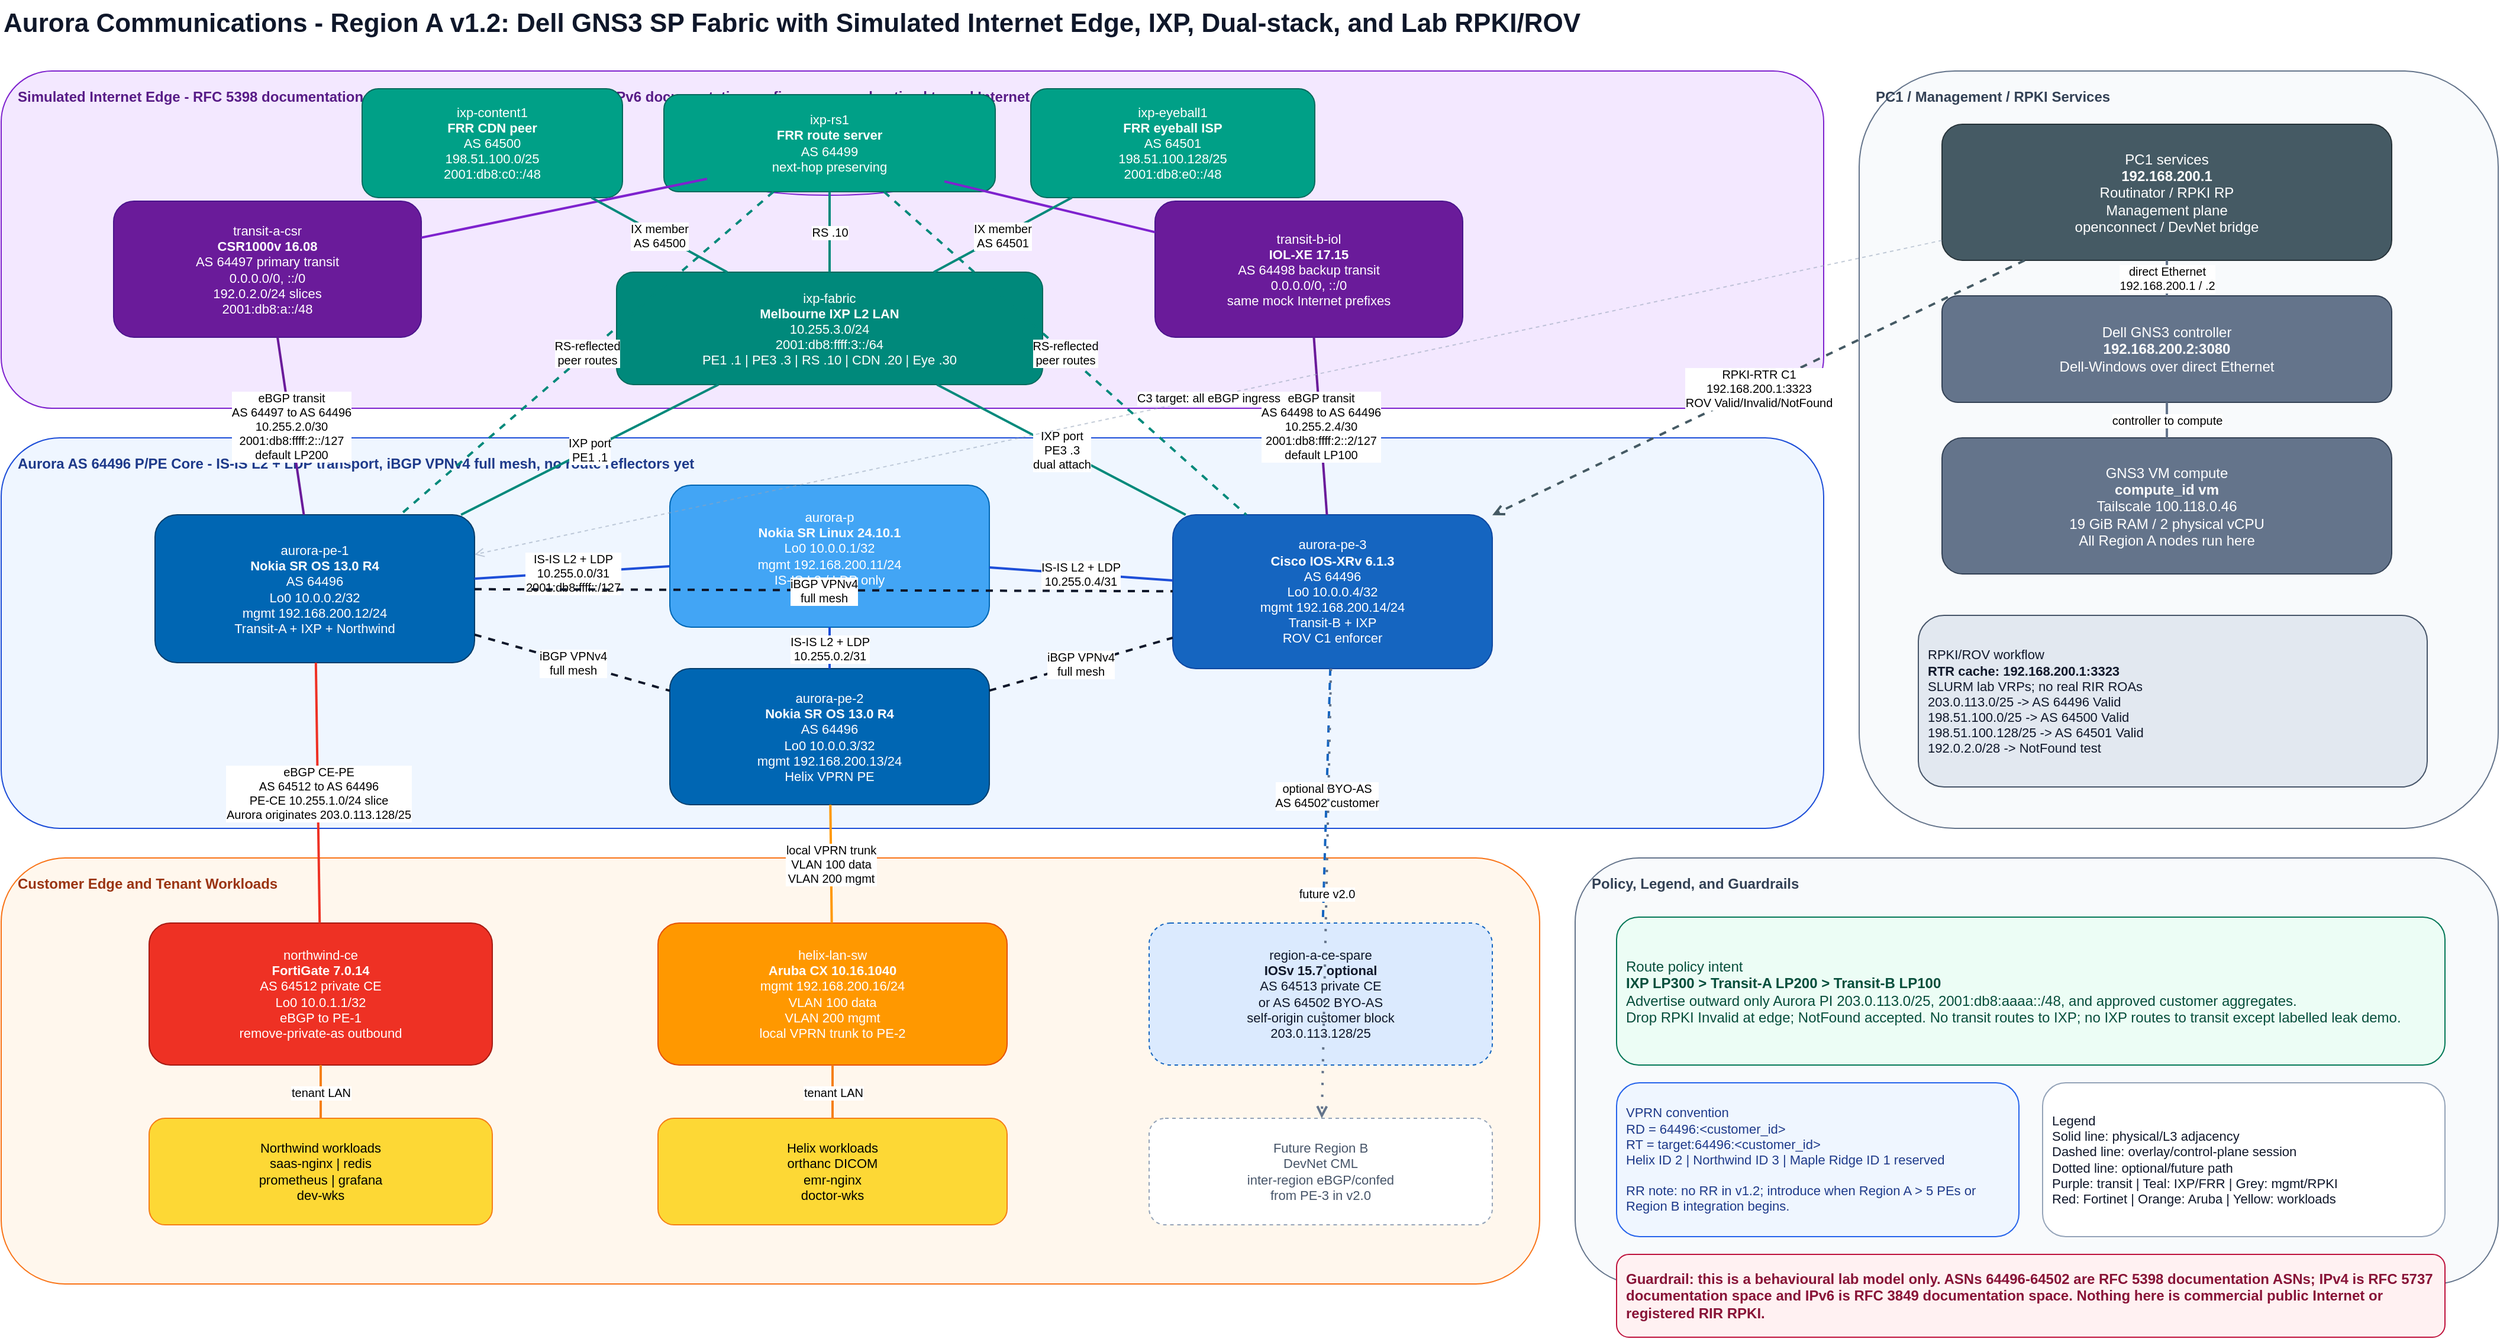
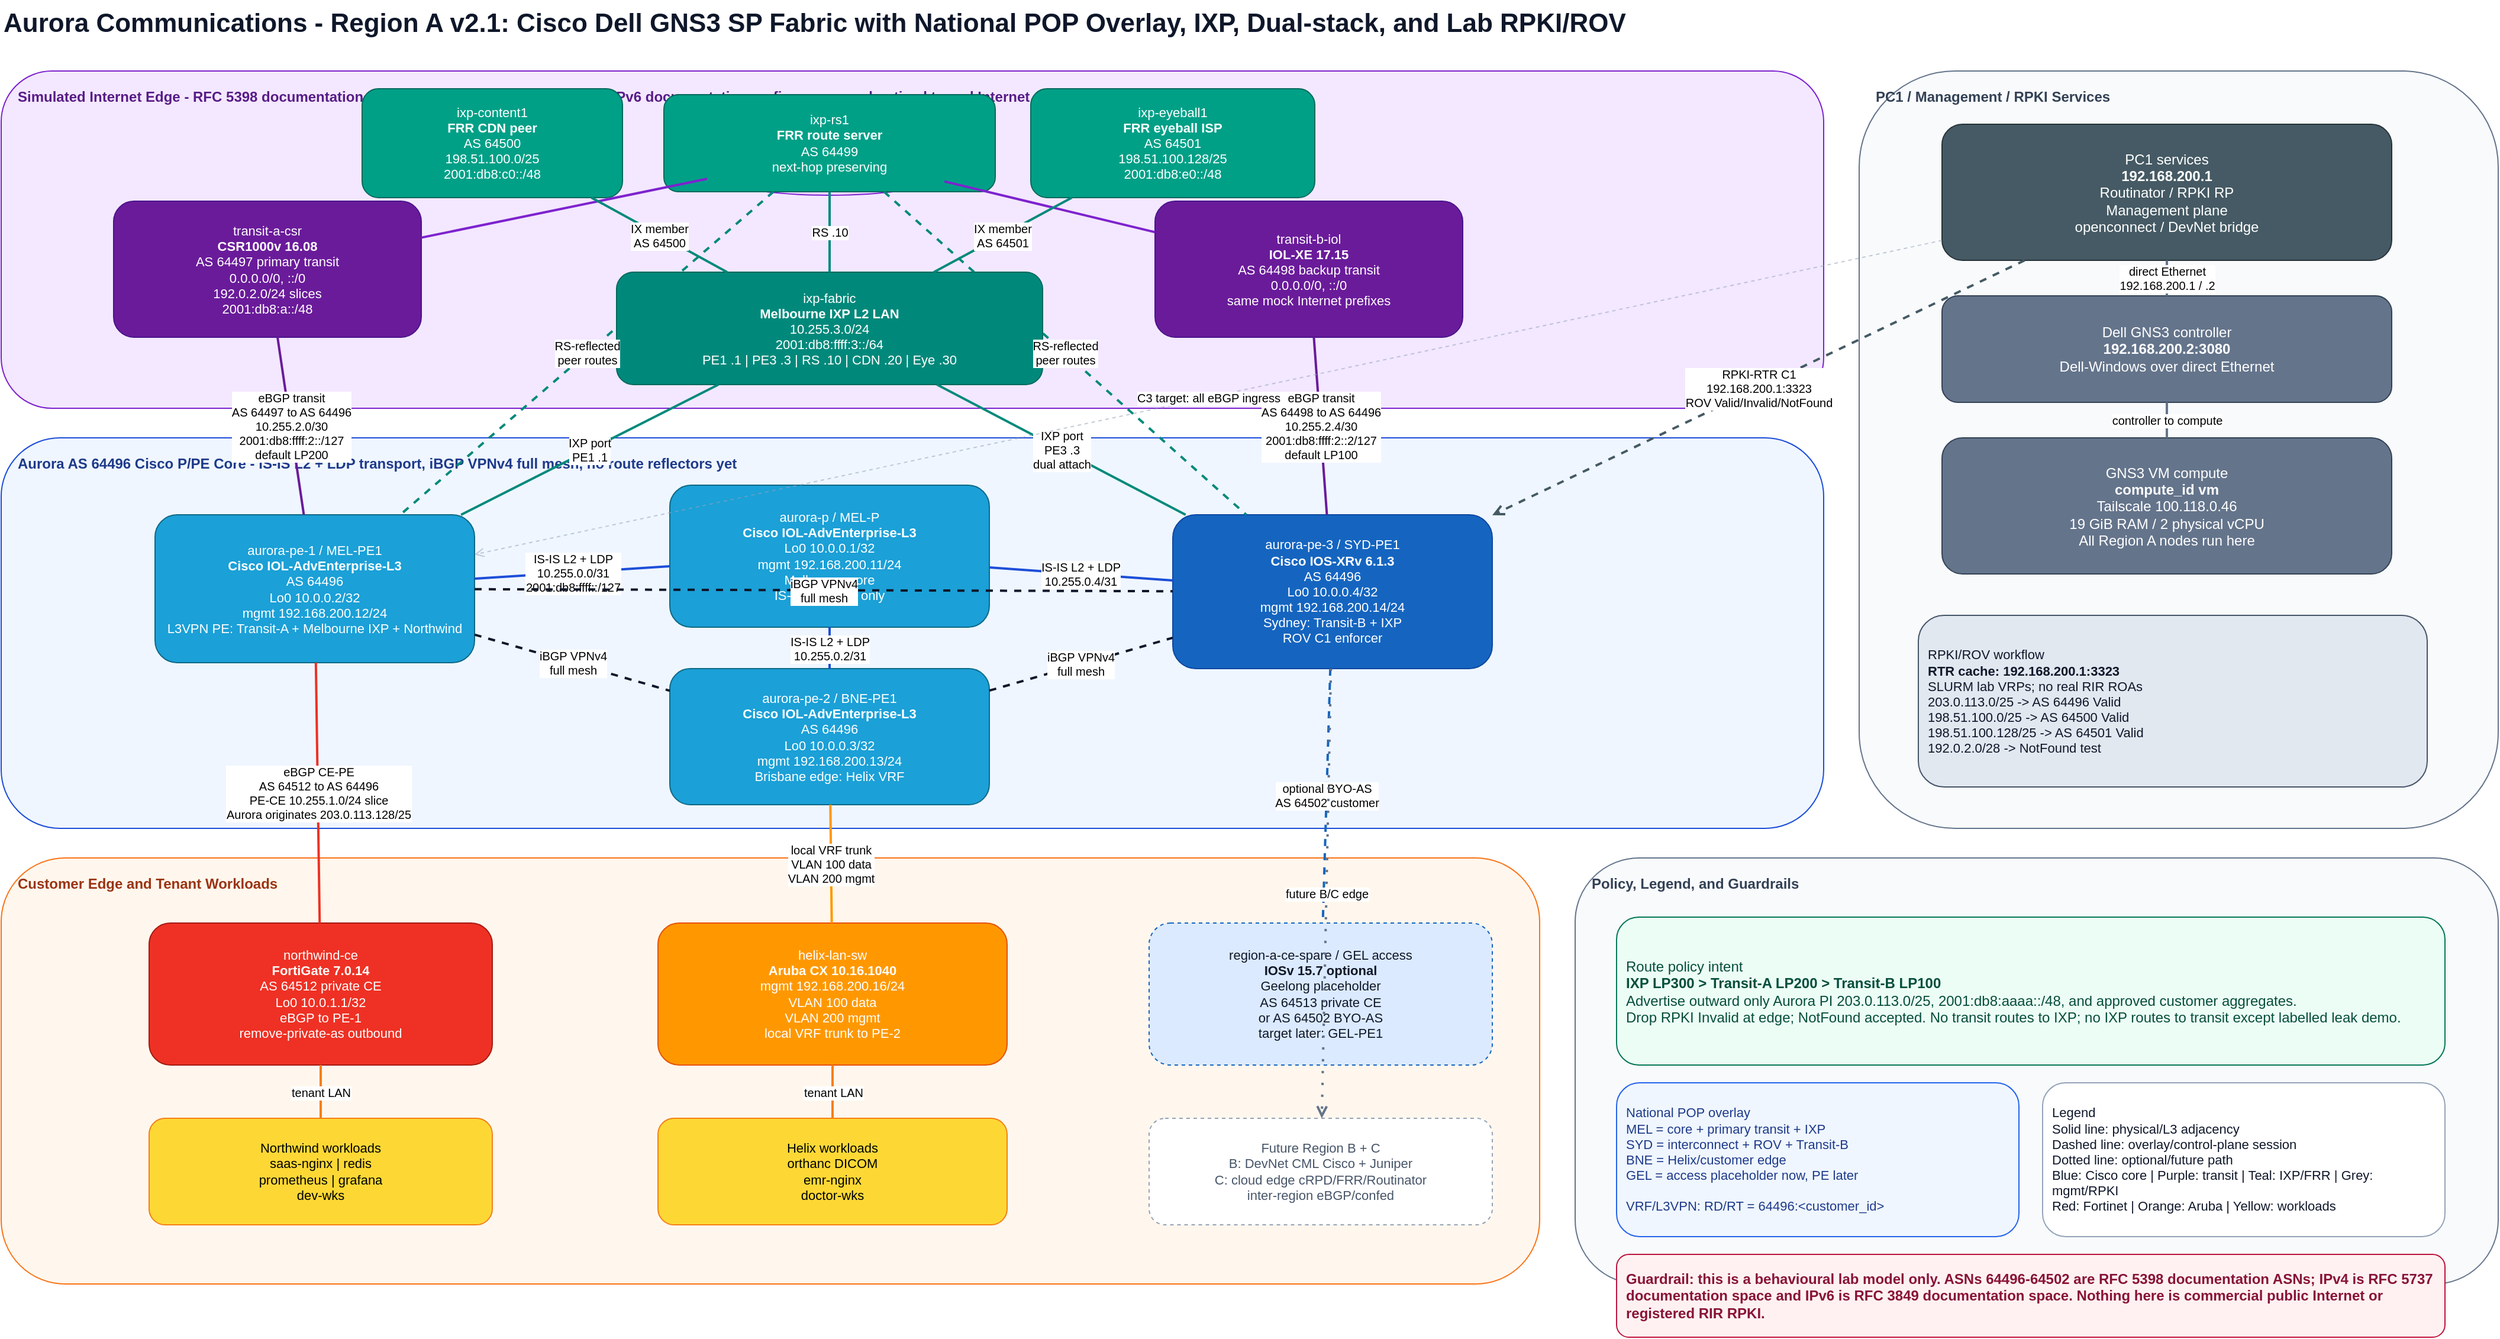
<mxfile host="app.diagrams.net" modified="2026-06-10T00:00:00.000Z" agent="Codex" version="24.7.17" type="device">
-   <diagram id="region-a-v12" name="Region A v1.2">
+   <diagram id="region-a-v21" name="Region A v2.1">
    <mxGraphModel dx="2200" dy="1300" grid="1" gridSize="10" guides="1" tooltips="1" connect="1" arrows="1" fold="1" page="1" pageScale="1" pageWidth="2200" pageHeight="1280" math="0" shadow="0">
      <root>
        <mxCell id="0" />
        <mxCell id="1" parent="0" />
-         <mxCell id="title" value="Aurora Communications - Region A v1.2: Dell GNS3 SP Fabric with Simulated Internet Edge, IXP, Dual-stack, and Lab RPKI/ROV" style="text;html=1;strokeColor=none;fillColor=none;align=left;verticalAlign=middle;whiteSpace=wrap;rounded=0;fontSize=22;fontStyle=1;fontColor=#0f172a;" vertex="1" parent="1">
+         <mxCell id="title" value="Aurora Communications - Region A v2.1: Cisco Dell GNS3 SP Fabric with National POP Overlay, IXP, Dual-stack, and Lab RPKI/ROV" style="text;html=1;strokeColor=none;fillColor=none;align=left;verticalAlign=middle;whiteSpace=wrap;rounded=0;fontSize=22;fontStyle=1;fontColor=#0f172a;" vertex="1" parent="1">
          <mxGeometry x="40" y="20" width="2100" height="40" as="geometry" />
        </mxCell>
        <mxCell id="inet-bg" value="Simulated Internet Edge - RFC 5398 documentation ASNs, RFC 5737 IPv4 and RFC 3849 IPv6 documentation prefixes; never advertised to real Internet" style="rounded=1;whiteSpace=wrap;html=1;fillColor=#f3e8ff;strokeColor=#7e22ce;fontColor=#581c87;fontStyle=1;align=left;verticalAlign=top;spacingTop=8;spacingLeft=12;" vertex="1" parent="1">
          <mxGeometry x="40" y="80" width="1540" height="285" as="geometry" />
        </mxCell>
-         <mxCell id="core-bg" value="Aurora AS 64496 P/PE Core - IS-IS L2 + LDP transport, iBGP VPNv4 full mesh, no route reflectors yet" style="rounded=1;whiteSpace=wrap;html=1;fillColor=#eff6ff;strokeColor=#1d4ed8;fontColor=#1e3a8a;fontStyle=1;align=left;verticalAlign=top;spacingTop=8;spacingLeft=12;" vertex="1" parent="1">
+         <mxCell id="core-bg" value="Aurora AS 64496 Cisco P/PE Core - IS-IS L2 + LDP transport, iBGP VPNv4 full mesh, no route reflectors yet" style="rounded=1;whiteSpace=wrap;html=1;fillColor=#eff6ff;strokeColor=#1d4ed8;fontColor=#1e3a8a;fontStyle=1;align=left;verticalAlign=top;spacingTop=8;spacingLeft=12;" vertex="1" parent="1">
          <mxGeometry x="40" y="390" width="1540" height="330" as="geometry" />
        </mxCell>
        <mxCell id="cust-bg" value="Customer Edge and Tenant Workloads" style="rounded=1;whiteSpace=wrap;html=1;fillColor=#fff7ed;strokeColor=#f97316;fontColor=#9a3412;fontStyle=1;align=left;verticalAlign=top;spacingTop=8;spacingLeft=12;" vertex="1" parent="1">
          <mxGeometry x="40" y="745" width="1300" height="360" as="geometry" />
        </mxCell>
        <mxCell id="mgmt-bg" value="PC1 / Management / RPKI Services" style="rounded=1;whiteSpace=wrap;html=1;fillColor=#f8fafc;strokeColor=#64748b;fontColor=#334155;fontStyle=1;align=left;verticalAlign=top;spacingTop=8;spacingLeft=12;" vertex="1" parent="1">
          <mxGeometry x="1610" y="80" width="540" height="640" as="geometry" />
        </mxCell>
        <mxCell id="notes-bg" value="Policy, Legend, and Guardrails" style="rounded=1;whiteSpace=wrap;html=1;fillColor=#f8fafc;strokeColor=#64748b;fontColor=#334155;fontStyle=1;align=left;verticalAlign=top;spacingTop=8;spacingLeft=12;" vertex="1" parent="1">
          <mxGeometry x="1370" y="745" width="780" height="360" as="geometry" />
        </mxCell>

        <mxCell id="sim-internet" value="Simulated Internet&lt;br&gt;&lt;font style=&quot;font-size: 10px;&quot;&gt;default + mock Internet prefixes&lt;/font&gt;" style="ellipse;whiteSpace=wrap;html=1;fillColor=#e9d5ff;strokeColor=#7e22ce;fontColor=#3b0764;fontStyle=1;" vertex="1" parent="1">
          <mxGeometry x="610" y="115" width="260" height="70" as="geometry" />
        </mxCell>
        <mxCell id="transit-a" value="transit-a-csr&lt;br&gt;&lt;b&gt;CSR1000v 16.08&lt;/b&gt;&lt;br&gt;AS 64497 primary transit&lt;br&gt;0.0.0.0/0, ::/0&lt;br&gt;192.0.2.0/24 slices&lt;br&gt;2001:db8:a::/48" style="rounded=1;whiteSpace=wrap;html=1;fillColor=#6a1b9a;strokeColor=#4a148c;fontColor=#ffffff;fontSize=11;spacing=4;" vertex="1" parent="1">
          <mxGeometry x="135" y="190" width="260" height="115" as="geometry" />
        </mxCell>
        <mxCell id="transit-b" value="transit-b-iol&lt;br&gt;&lt;b&gt;IOL-XE 17.15&lt;/b&gt;&lt;br&gt;AS 64498 backup transit&lt;br&gt;0.0.0.0/0, ::/0&lt;br&gt;same mock Internet prefixes" style="rounded=1;whiteSpace=wrap;html=1;fillColor=#6a1b9a;strokeColor=#4a148c;fontColor=#ffffff;fontSize=11;spacing=4;" vertex="1" parent="1">
          <mxGeometry x="1015" y="190" width="260" height="115" as="geometry" />
        </mxCell>
        <mxCell id="ixp-fabric" value="ixp-fabric&lt;br&gt;&lt;b&gt;Melbourne IXP L2 LAN&lt;/b&gt;&lt;br&gt;10.255.3.0/24&lt;br&gt;2001:db8:ffff:3::/64&lt;br&gt;PE1 .1 | PE3 .3 | RS .10 | CDN .20 | Eye .30" style="rounded=1;whiteSpace=wrap;html=1;fillColor=#00897b;strokeColor=#00695c;fontColor=#ffffff;fontSize=11;spacing=4;" vertex="1" parent="1">
          <mxGeometry x="560" y="250" width="360" height="95" as="geometry" />
        </mxCell>
        <mxCell id="ixp-rs" value="ixp-rs1&lt;br&gt;&lt;b&gt;FRR route server&lt;/b&gt;&lt;br&gt;AS 64499&lt;br&gt;next-hop preserving" style="rounded=1;whiteSpace=wrap;html=1;fillColor=#00a087;strokeColor=#00695c;fontColor=#ffffff;fontSize=11;spacing=4;" vertex="1" parent="1">
          <mxGeometry x="600" y="100" width="280" height="82" as="geometry" />
        </mxCell>
        <mxCell id="ixp-content" value="ixp-content1&lt;br&gt;&lt;b&gt;FRR CDN peer&lt;/b&gt;&lt;br&gt;AS 64500&lt;br&gt;198.51.100.0/25&lt;br&gt;2001:db8:c0::/48" style="rounded=1;whiteSpace=wrap;html=1;fillColor=#00a087;strokeColor=#00695c;fontColor=#ffffff;fontSize=11;spacing=4;" vertex="1" parent="1">
          <mxGeometry x="345" y="95" width="220" height="92" as="geometry" />
        </mxCell>
        <mxCell id="ixp-eyeball" value="ixp-eyeball1&lt;br&gt;&lt;b&gt;FRR eyeball ISP&lt;/b&gt;&lt;br&gt;AS 64501&lt;br&gt;198.51.100.128/25&lt;br&gt;2001:db8:e0::/48" style="rounded=1;whiteSpace=wrap;html=1;fillColor=#00a087;strokeColor=#00695c;fontColor=#ffffff;fontSize=11;spacing=4;" vertex="1" parent="1">
          <mxGeometry x="910" y="95" width="240" height="92" as="geometry" />
        </mxCell>

-         <mxCell id="pe1" value="aurora-pe-1&lt;br&gt;&lt;b&gt;Nokia SR OS 13.0 R4&lt;/b&gt;&lt;br&gt;AS 64496&lt;br&gt;Lo0 10.0.0.2/32&lt;br&gt;mgmt 192.168.200.12/24&lt;br&gt;Transit-A + IXP + Northwind" style="rounded=1;whiteSpace=wrap;html=1;fillColor=#0066b3;strokeColor=#003d6b;fontColor=#ffffff;fontSize=11;spacing=4;" vertex="1" parent="1">
+         <mxCell id="pe1" value="aurora-pe-1 / MEL-PE1&lt;br&gt;&lt;b&gt;Cisco IOL-AdvEnterprise-L3&lt;/b&gt;&lt;br&gt;AS 64496&lt;br&gt;Lo0 10.0.0.2/32&lt;br&gt;mgmt 192.168.200.12/24&lt;br&gt;L3VPN PE: Transit-A + Melbourne IXP + Northwind" style="rounded=1;whiteSpace=wrap;html=1;fillColor=#1ba0d7;strokeColor=#0d6986;fontColor=#ffffff;fontSize=11;spacing=4;" vertex="1" parent="1">
          <mxGeometry x="170" y="455" width="270" height="125" as="geometry" />
        </mxCell>
-         <mxCell id="pe2" value="aurora-pe-2&lt;br&gt;&lt;b&gt;Nokia SR OS 13.0 R4&lt;/b&gt;&lt;br&gt;AS 64496&lt;br&gt;Lo0 10.0.0.3/32&lt;br&gt;mgmt 192.168.200.13/24&lt;br&gt;Helix VPRN PE" style="rounded=1;whiteSpace=wrap;html=1;fillColor=#0066b3;strokeColor=#003d6b;fontColor=#ffffff;fontSize=11;spacing=4;" vertex="1" parent="1">
+         <mxCell id="pe2" value="aurora-pe-2 / BNE-PE1&lt;br&gt;&lt;b&gt;Cisco IOL-AdvEnterprise-L3&lt;/b&gt;&lt;br&gt;AS 64496&lt;br&gt;Lo0 10.0.0.3/32&lt;br&gt;mgmt 192.168.200.13/24&lt;br&gt;Brisbane edge: Helix VRF" style="rounded=1;whiteSpace=wrap;html=1;fillColor=#1ba0d7;strokeColor=#0d6986;fontColor=#ffffff;fontSize=11;spacing=4;" vertex="1" parent="1">
          <mxGeometry x="605" y="585" width="270" height="115" as="geometry" />
        </mxCell>
-         <mxCell id="pe3" value="aurora-pe-3&lt;br&gt;&lt;b&gt;Cisco IOS-XRv 6.1.3&lt;/b&gt;&lt;br&gt;AS 64496&lt;br&gt;Lo0 10.0.0.4/32&lt;br&gt;mgmt 192.168.200.14/24&lt;br&gt;Transit-B + IXP&lt;br&gt;ROV C1 enforcer" style="rounded=1;whiteSpace=wrap;html=1;fillColor=#1565c0;strokeColor=#0d47a1;fontColor=#ffffff;fontSize=11;spacing=4;" vertex="1" parent="1">
+         <mxCell id="pe3" value="aurora-pe-3 / SYD-PE1&lt;br&gt;&lt;b&gt;Cisco IOS-XRv 6.1.3&lt;/b&gt;&lt;br&gt;AS 64496&lt;br&gt;Lo0 10.0.0.4/32&lt;br&gt;mgmt 192.168.200.14/24&lt;br&gt;Sydney: Transit-B + IXP&lt;br&gt;ROV C1 enforcer" style="rounded=1;whiteSpace=wrap;html=1;fillColor=#1565c0;strokeColor=#0d47a1;fontColor=#ffffff;fontSize=11;spacing=4;" vertex="1" parent="1">
          <mxGeometry x="1030" y="455" width="270" height="130" as="geometry" />
        </mxCell>
-         <mxCell id="aurora-p" value="aurora-p&lt;br&gt;&lt;b&gt;Nokia SR Linux 24.10.1&lt;/b&gt;&lt;br&gt;Lo0 10.0.0.1/32&lt;br&gt;mgmt 192.168.200.11/24&lt;br&gt;IS-IS L2 / LDP only&lt;br&gt;No BGP" style="rounded=1;whiteSpace=wrap;html=1;fillColor=#42a5f5;strokeColor=#0066b3;fontColor=#ffffff;fontSize=11;spacing=4;" vertex="1" parent="1">
+         <mxCell id="aurora-p" value="aurora-p / MEL-P&lt;br&gt;&lt;b&gt;Cisco IOL-AdvEnterprise-L3&lt;/b&gt;&lt;br&gt;Lo0 10.0.0.1/32&lt;br&gt;mgmt 192.168.200.11/24&lt;br&gt;Melbourne core&lt;br&gt;IS-IS L2 / LDP only" style="rounded=1;whiteSpace=wrap;html=1;fillColor=#1ba0d7;strokeColor=#0d6986;fontColor=#ffffff;fontSize=11;spacing=4;" vertex="1" parent="1">
          <mxGeometry x="605" y="430" width="270" height="120" as="geometry" />
        </mxCell>

        <mxCell id="northwind-ce" value="northwind-ce&lt;br&gt;&lt;b&gt;FortiGate 7.0.14&lt;/b&gt;&lt;br&gt;AS 64512 private CE&lt;br&gt;Lo0 10.0.1.1/32&lt;br&gt;eBGP to PE-1&lt;br&gt;remove-private-as outbound" style="rounded=1;whiteSpace=wrap;html=1;fillColor=#ee3124;strokeColor=#a61b13;fontColor=#ffffff;fontSize=11;spacing=4;" vertex="1" parent="1">
          <mxGeometry x="165" y="800" width="290" height="120" as="geometry" />
        </mxCell>
        <mxCell id="northwind-workloads" value="Northwind workloads&lt;br&gt;saas-nginx | redis&lt;br&gt;prometheus | grafana&lt;br&gt;dev-wks" style="rounded=1;whiteSpace=wrap;html=1;fillColor=#fdd835;strokeColor=#f57f17;fontColor=#000000;fontSize=11;spacing=4;" vertex="1" parent="1">
          <mxGeometry x="165" y="965" width="290" height="90" as="geometry" />
        </mxCell>
-         <mxCell id="helix-lan" value="helix-lan-sw&lt;br&gt;&lt;b&gt;Aruba CX 10.16.1040&lt;/b&gt;&lt;br&gt;mgmt 192.168.200.16/24&lt;br&gt;VLAN 100 data&lt;br&gt;VLAN 200 mgmt&lt;br&gt;local VPRN trunk to PE-2" style="rounded=1;whiteSpace=wrap;html=1;fillColor=#ff9800;strokeColor=#e65100;fontColor=#ffffff;fontSize=11;spacing=4;" vertex="1" parent="1">
+         <mxCell id="helix-lan" value="helix-lan-sw&lt;br&gt;&lt;b&gt;Aruba CX 10.16.1040&lt;/b&gt;&lt;br&gt;mgmt 192.168.200.16/24&lt;br&gt;VLAN 100 data&lt;br&gt;VLAN 200 mgmt&lt;br&gt;local VRF trunk to PE-2" style="rounded=1;whiteSpace=wrap;html=1;fillColor=#ff9800;strokeColor=#e65100;fontColor=#ffffff;fontSize=11;spacing=4;" vertex="1" parent="1">
          <mxGeometry x="595" y="800" width="295" height="120" as="geometry" />
        </mxCell>
        <mxCell id="helix-workloads" value="Helix workloads&lt;br&gt;orthanc DICOM&lt;br&gt;emr-nginx&lt;br&gt;doctor-wks" style="rounded=1;whiteSpace=wrap;html=1;fillColor=#fdd835;strokeColor=#f57f17;fontColor=#000000;fontSize=11;spacing=4;" vertex="1" parent="1">
          <mxGeometry x="595" y="965" width="295" height="90" as="geometry" />
        </mxCell>
-         <mxCell id="spare-ce" value="region-a-ce-spare&lt;br&gt;&lt;b&gt;IOSv 15.7 optional&lt;/b&gt;&lt;br&gt;AS 64513 private CE&lt;br&gt;or AS 64502 BYO-AS&lt;br&gt;self-origin customer block&lt;br&gt;203.0.113.128/25" style="rounded=1;whiteSpace=wrap;html=1;dashed=1;fillColor=#dbeafe;strokeColor=#1565c0;fontColor=#0f172a;fontSize=11;spacing=4;" vertex="1" parent="1">
+         <mxCell id="spare-ce" value="region-a-ce-spare / GEL access&lt;br&gt;&lt;b&gt;IOSv 15.7 optional&lt;/b&gt;&lt;br&gt;Geelong placeholder&lt;br&gt;AS 64513 private CE&lt;br&gt;or AS 64502 BYO-AS&lt;br&gt;target later: GEL-PE1" style="rounded=1;whiteSpace=wrap;html=1;dashed=1;fillColor=#dbeafe;strokeColor=#1565c0;fontColor=#0f172a;fontSize=11;spacing=4;" vertex="1" parent="1">
          <mxGeometry x="1010" y="800" width="290" height="120" as="geometry" />
        </mxCell>
-         <mxCell id="region-b-future" value="Future Region B&lt;br&gt;DevNet CML&lt;br&gt;inter-region eBGP/confed&lt;br&gt;from PE-3 in v2.0" style="rounded=1;whiteSpace=wrap;html=1;dashed=1;fillColor=#ffffff;strokeColor=#94a3b8;fontColor=#475569;fontSize=11;spacing=4;" vertex="1" parent="1">
+         <mxCell id="region-b-future" value="Future Region B + C&lt;br&gt;B: DevNet CML Cisco + Juniper&lt;br&gt;C: cloud edge cRPD/FRR/Routinator&lt;br&gt;inter-region eBGP/confed" style="rounded=1;whiteSpace=wrap;html=1;dashed=1;fillColor=#ffffff;strokeColor=#94a3b8;fontColor=#475569;fontSize=11;spacing=4;" vertex="1" parent="1">
          <mxGeometry x="1010" y="965" width="290" height="90" as="geometry" />
        </mxCell>

        <mxCell id="pc1" value="PC1 services&lt;br&gt;&lt;b&gt;192.168.200.1&lt;/b&gt;&lt;br&gt;Routinator / RPKI RP&lt;br&gt;Management plane&lt;br&gt;openconnect / DevNet bridge" style="rounded=1;whiteSpace=wrap;html=1;fillColor=#455a64;strokeColor=#263238;fontColor=#ffffff;fontSize=12;spacing=5;" vertex="1" parent="1">
          <mxGeometry x="1680" y="125" width="380" height="115" as="geometry" />
        </mxCell>
        <mxCell id="dell-controller" value="Dell GNS3 controller&lt;br&gt;&lt;b&gt;192.168.200.2:3080&lt;/b&gt;&lt;br&gt;Dell-Windows over direct Ethernet" style="rounded=1;whiteSpace=wrap;html=1;fillColor=#64748b;strokeColor=#334155;fontColor=#ffffff;fontSize=12;spacing=5;" vertex="1" parent="1">
          <mxGeometry x="1680" y="270" width="380" height="90" as="geometry" />
        </mxCell>
        <mxCell id="gns3vm" value="GNS3 VM compute&lt;br&gt;&lt;b&gt;compute_id vm&lt;/b&gt;&lt;br&gt;Tailscale 100.118.0.46&lt;br&gt;19 GiB RAM / 2 physical vCPU&lt;br&gt;All Region A nodes run here" style="rounded=1;whiteSpace=wrap;html=1;fillColor=#64748b;strokeColor=#334155;fontColor=#ffffff;fontSize=12;spacing=5;" vertex="1" parent="1">
          <mxGeometry x="1680" y="390" width="380" height="115" as="geometry" />
        </mxCell>
        <mxCell id="rpki-vrps" value="RPKI/ROV workflow&lt;br&gt;&lt;b&gt;RTR cache: 192.168.200.1:3323&lt;/b&gt;&lt;br&gt;SLURM lab VRPs; no real RIR ROAs&lt;br&gt;203.0.113.0/25 -&gt; AS 64496 Valid&lt;br&gt;198.51.100.0/25 -&gt; AS 64500 Valid&lt;br&gt;198.51.100.128/25 -&gt; AS 64501 Valid&lt;br&gt;192.0.2.0/28 -&gt; NotFound test" style="rounded=1;whiteSpace=wrap;html=1;fillColor=#e2e8f0;strokeColor=#475569;fontColor=#0f172a;fontSize=11;align=left;spacing=8;" vertex="1" parent="1">
          <mxGeometry x="1660" y="540" width="430" height="145" as="geometry" />
        </mxCell>

        <mxCell id="policy-note" value="Route policy intent&lt;br&gt;&lt;b&gt;IXP LP300 &amp;gt; Transit-A LP200 &amp;gt; Transit-B LP100&lt;/b&gt;&lt;br&gt;Advertise outward only Aurora PI 203.0.113.0/25, 2001:db8:aaaa::/48, and approved customer aggregates.&lt;br&gt;Drop RPKI Invalid at edge; NotFound accepted. No transit routes to IXP; no IXP routes to transit except labelled leak demo." style="rounded=1;whiteSpace=wrap;html=1;fillColor=#ecfdf5;strokeColor=#047857;fontColor=#064e3b;fontSize=12;align=left;spacing=8;" vertex="1" parent="1">
          <mxGeometry x="1405" y="795" width="700" height="125" as="geometry" />
        </mxCell>
-         <mxCell id="vprn-note" value="VPRN convention&lt;br&gt;RD = 64496:&amp;lt;customer_id&amp;gt;&lt;br&gt;RT = target:64496:&amp;lt;customer_id&amp;gt;&lt;br&gt;Helix ID 2 | Northwind ID 3 | Maple Ridge ID 1 reserved&lt;br&gt;&lt;br&gt;RR note: no RR in v1.2; introduce when Region A &amp;gt; 5 PEs or Region B integration begins." style="rounded=1;whiteSpace=wrap;html=1;fillColor=#eff6ff;strokeColor=#2563eb;fontColor=#1e3a8a;fontSize=11;align=left;spacing=8;" vertex="1" parent="1">
+         <mxCell id="vprn-note" value="National POP overlay&lt;br&gt;MEL = core + primary transit + IXP&lt;br&gt;SYD = interconnect + ROV + Transit-B&lt;br&gt;BNE = Helix/customer edge&lt;br&gt;GEL = access placeholder now, PE later&lt;br&gt;&lt;br&gt;VRF/L3VPN: RD/RT = 64496:&amp;lt;customer_id&amp;gt;" style="rounded=1;whiteSpace=wrap;html=1;fillColor=#eff6ff;strokeColor=#2563eb;fontColor=#1e3a8a;fontSize=11;align=left;spacing=8;" vertex="1" parent="1">
          <mxGeometry x="1405" y="935" width="340" height="130" as="geometry" />
        </mxCell>
-         <mxCell id="legend" value="Legend&lt;br&gt;&lt;font color=&quot;#0f172a&quot;&gt;Solid line: physical/L3 adjacency&lt;br&gt;Dashed line: overlay/control-plane session&lt;br&gt;Dotted line: optional/future path&lt;br&gt;Purple: transit | Teal: IXP/FRR | Grey: mgmt/RPKI&lt;br&gt;Red: Fortinet | Orange: Aruba | Yellow: workloads&lt;/font&gt;" style="rounded=1;whiteSpace=wrap;html=1;fillColor=#ffffff;strokeColor=#94a3b8;fontColor=#0f172a;fontSize=11;align=left;spacing=8;" vertex="1" parent="1">
+         <mxCell id="legend" value="Legend&lt;br&gt;&lt;font color=&quot;#0f172a&quot;&gt;Solid line: physical/L3 adjacency&lt;br&gt;Dashed line: overlay/control-plane session&lt;br&gt;Dotted line: optional/future path&lt;br&gt;Blue: Cisco core | Purple: transit | Teal: IXP/FRR | Grey: mgmt/RPKI&lt;br&gt;Red: Fortinet | Orange: Aruba | Yellow: workloads&lt;/font&gt;" style="rounded=1;whiteSpace=wrap;html=1;fillColor=#ffffff;strokeColor=#94a3b8;fontColor=#0f172a;fontSize=11;align=left;spacing=8;" vertex="1" parent="1">
          <mxGeometry x="1765" y="935" width="340" height="130" as="geometry" />
        </mxCell>
        <mxCell id="guardrail" value="Guardrail: this is a behavioural lab model only. ASNs 64496-64502 are RFC 5398 documentation ASNs; IPv4 is RFC 5737 documentation space and IPv6 is RFC 3849 documentation space. Nothing here is commercial public Internet or registered RIR RPKI." style="rounded=1;whiteSpace=wrap;html=1;fillColor=#fff1f2;strokeColor=#be123c;fontColor=#881337;fontSize=12;fontStyle=1;align=left;spacing=8;" vertex="1" parent="1">
          <mxGeometry x="1405" y="1080" width="700" height="70" as="geometry" />
        </mxCell>

        <mxCell id="e-sim-ta" value="" style="endArrow=none;html=1;rounded=0;strokeWidth=2;strokeColor=#7e22ce;" edge="1" parent="1" source="sim-internet" target="transit-a">
          <mxGeometry relative="1" as="geometry" />
        </mxCell>
        <mxCell id="e-sim-tb" value="" style="endArrow=none;html=1;rounded=0;strokeWidth=2;strokeColor=#7e22ce;" edge="1" parent="1" source="sim-internet" target="transit-b">
          <mxGeometry relative="1" as="geometry" />
        </mxCell>
        <mxCell id="e-content-ixp" value="IX member&lt;br&gt;AS 64500" style="endArrow=none;html=1;rounded=0;strokeWidth=2;strokeColor=#00897b;fontSize=10;" edge="1" parent="1" source="ixp-content" target="ixp-fabric">
          <mxGeometry relative="1" as="geometry" />
        </mxCell>
        <mxCell id="e-rs-ixp" value="RS .10" style="endArrow=none;html=1;rounded=0;strokeWidth=2;strokeColor=#00897b;fontSize=10;" edge="1" parent="1" source="ixp-rs" target="ixp-fabric">
          <mxGeometry relative="1" as="geometry" />
        </mxCell>
        <mxCell id="e-eye-ixp" value="IX member&lt;br&gt;AS 64501" style="endArrow=none;html=1;rounded=0;strokeWidth=2;strokeColor=#00897b;fontSize=10;" edge="1" parent="1" source="ixp-eyeball" target="ixp-fabric">
          <mxGeometry relative="1" as="geometry" />
        </mxCell>
        <mxCell id="e-rs-pe1" value="RS-reflected&lt;br&gt;peer routes" style="endArrow=none;html=1;rounded=0;dashed=1;strokeWidth=2;strokeColor=#00897b;fontSize=10;" edge="1" parent="1" source="ixp-rs" target="pe1">
          <mxGeometry relative="1" as="geometry" />
        </mxCell>
        <mxCell id="e-rs-pe3" value="RS-reflected&lt;br&gt;peer routes" style="endArrow=none;html=1;rounded=0;dashed=1;strokeWidth=2;strokeColor=#00897b;fontSize=10;" edge="1" parent="1" source="ixp-rs" target="pe3">
          <mxGeometry relative="1" as="geometry" />
        </mxCell>

        <mxCell id="e-ta-pe1" value="eBGP transit&lt;br&gt;AS 64497 to AS 64496&lt;br&gt;10.255.2.0/30&lt;br&gt;2001:db8:ffff:2::/127&lt;br&gt;default LP200" style="endArrow=none;html=1;rounded=0;strokeWidth=2;strokeColor=#6a1b9a;fontSize=10;" edge="1" parent="1" source="transit-a" target="pe1">
          <mxGeometry relative="1" as="geometry" />
        </mxCell>
        <mxCell id="e-tb-pe3" value="eBGP transit&lt;br&gt;AS 64498 to AS 64496&lt;br&gt;10.255.2.4/30&lt;br&gt;2001:db8:ffff:2::2/127&lt;br&gt;default LP100" style="endArrow=none;html=1;rounded=0;strokeWidth=2;strokeColor=#6a1b9a;fontSize=10;" edge="1" parent="1" source="transit-b" target="pe3">
          <mxGeometry relative="1" as="geometry" />
        </mxCell>
        <mxCell id="e-ixp-pe1" value="IXP port&lt;br&gt;PE1 .1" style="endArrow=none;html=1;rounded=0;strokeWidth=2;strokeColor=#00897b;fontSize=10;" edge="1" parent="1" source="ixp-fabric" target="pe1">
          <mxGeometry relative="1" as="geometry" />
        </mxCell>
        <mxCell id="e-ixp-pe3" value="IXP port&lt;br&gt;PE3 .3&lt;br&gt;dual attach" style="endArrow=none;html=1;rounded=0;strokeWidth=2;strokeColor=#00897b;fontSize=10;" edge="1" parent="1" source="ixp-fabric" target="pe3">
          <mxGeometry relative="1" as="geometry" />
        </mxCell>

        <mxCell id="e-p-pe1" value="IS-IS L2 + LDP&lt;br&gt;10.255.0.0/31&lt;br&gt;2001:db8:ffff::/127" style="endArrow=none;html=1;rounded=0;strokeWidth=2;strokeColor=#1d4ed8;fontSize=10;" edge="1" parent="1" source="aurora-p" target="pe1">
          <mxGeometry relative="1" as="geometry" />
        </mxCell>
        <mxCell id="e-p-pe2" value="IS-IS L2 + LDP&lt;br&gt;10.255.0.2/31" style="endArrow=none;html=1;rounded=0;strokeWidth=2;strokeColor=#1d4ed8;fontSize=10;" edge="1" parent="1" source="aurora-p" target="pe2">
          <mxGeometry relative="1" as="geometry" />
        </mxCell>
        <mxCell id="e-p-pe3" value="IS-IS L2 + LDP&lt;br&gt;10.255.0.4/31" style="endArrow=none;html=1;rounded=0;strokeWidth=2;strokeColor=#1d4ed8;fontSize=10;" edge="1" parent="1" source="aurora-p" target="pe3">
          <mxGeometry relative="1" as="geometry" />
        </mxCell>
        <mxCell id="e-ibgp-pe1-pe2" value="iBGP VPNv4&lt;br&gt;full mesh" style="endArrow=none;html=1;rounded=0;dashed=1;strokeWidth=2;strokeColor=#0f172a;fontSize=10;" edge="1" parent="1" source="pe1" target="pe2">
          <mxGeometry relative="1" as="geometry" />
        </mxCell>
        <mxCell id="e-ibgp-pe2-pe3" value="iBGP VPNv4&lt;br&gt;full mesh" style="endArrow=none;html=1;rounded=0;dashed=1;strokeWidth=2;strokeColor=#0f172a;fontSize=10;" edge="1" parent="1" source="pe2" target="pe3">
          <mxGeometry relative="1" as="geometry" />
        </mxCell>
        <mxCell id="e-ibgp-pe1-pe3" value="iBGP VPNv4&lt;br&gt;full mesh" style="endArrow=none;html=1;rounded=0;dashed=1;strokeWidth=2;strokeColor=#0f172a;fontSize=10;" edge="1" parent="1" source="pe1" target="pe3">
          <mxGeometry relative="1" as="geometry" />
        </mxCell>

        <mxCell id="e-pe1-nw" value="eBGP CE-PE&lt;br&gt;AS 64512 to AS 64496&lt;br&gt;PE-CE 10.255.1.0/24 slice&lt;br&gt;Aurora originates 203.0.113.128/25" style="endArrow=none;html=1;rounded=0;strokeWidth=2;strokeColor=#ee3124;fontSize=10;" edge="1" parent="1" source="pe1" target="northwind-ce">
          <mxGeometry relative="1" as="geometry" />
        </mxCell>
-         <mxCell id="e-pe2-helix" value="local VPRN trunk&lt;br&gt;VLAN 100 data&lt;br&gt;VLAN 200 mgmt" style="endArrow=none;html=1;rounded=0;strokeWidth=2;strokeColor=#ff9800;fontSize=10;" edge="1" parent="1" source="pe2" target="helix-lan">
+         <mxCell id="e-pe2-helix" value="local VRF trunk&lt;br&gt;VLAN 100 data&lt;br&gt;VLAN 200 mgmt" style="endArrow=none;html=1;rounded=0;strokeWidth=2;strokeColor=#ff9800;fontSize=10;" edge="1" parent="1" source="pe2" target="helix-lan">
          <mxGeometry relative="1" as="geometry" />
        </mxCell>
        <mxCell id="e-pe3-spare" value="optional BYO-AS&lt;br&gt;AS 64502 customer" style="endArrow=none;html=1;rounded=0;dashed=1;strokeWidth=2;strokeColor=#1565c0;fontSize=10;" edge="1" parent="1" source="pe3" target="spare-ce">
          <mxGeometry relative="1" as="geometry" />
        </mxCell>
-         <mxCell id="e-spare-regionb" value="future v2.0" style="endArrow=open;html=1;rounded=0;dashed=1;dashPattern=1 4;strokeWidth=2;strokeColor=#64748b;fontSize=10;" edge="1" parent="1" source="pe3" target="region-b-future">
+         <mxCell id="e-spare-regionb" value="future B/C edge" style="endArrow=open;html=1;rounded=0;dashed=1;dashPattern=1 4;strokeWidth=2;strokeColor=#64748b;fontSize=10;" edge="1" parent="1" source="pe3" target="region-b-future">
          <mxGeometry relative="1" as="geometry" />
        </mxCell>
        <mxCell id="e-nw-workloads" value="tenant LAN" style="endArrow=none;html=1;rounded=0;strokeWidth=2;strokeColor=#f57f17;fontSize=10;" edge="1" parent="1" source="northwind-ce" target="northwind-workloads">
          <mxGeometry relative="1" as="geometry" />
        </mxCell>
        <mxCell id="e-helix-workloads" value="tenant LAN" style="endArrow=none;html=1;rounded=0;strokeWidth=2;strokeColor=#f57f17;fontSize=10;" edge="1" parent="1" source="helix-lan" target="helix-workloads">
          <mxGeometry relative="1" as="geometry" />
        </mxCell>

        <mxCell id="e-rpki-pe3" value="RPKI-RTR C1&lt;br&gt;192.168.200.1:3323&lt;br&gt;ROV Valid/Invalid/NotFound" style="endArrow=open;html=1;rounded=0;dashed=1;strokeWidth=2;strokeColor=#455a64;fontSize=10;" edge="1" parent="1" source="pc1" target="pe3">
          <mxGeometry relative="1" as="geometry" />
        </mxCell>
        <mxCell id="e-rpki-pe1" value="C3 target: all eBGP ingress" style="endArrow=open;html=1;rounded=0;dashed=1;strokeWidth=1;strokeColor=#94a3b8;fontSize=10;opacity=55;" edge="1" parent="1" source="pc1" target="pe1">
          <mxGeometry relative="1" as="geometry" />
        </mxCell>
        <mxCell id="e-pc1-dell" value="direct Ethernet&lt;br&gt;192.168.200.1 / .2" style="endArrow=none;html=1;rounded=0;strokeWidth=2;strokeColor=#64748b;fontSize=10;" edge="1" parent="1" source="pc1" target="dell-controller">
          <mxGeometry relative="1" as="geometry" />
        </mxCell>
        <mxCell id="e-dell-gns3" value="controller to compute" style="endArrow=none;html=1;rounded=0;strokeWidth=2;strokeColor=#64748b;fontSize=10;" edge="1" parent="1" source="dell-controller" target="gns3vm">
          <mxGeometry relative="1" as="geometry" />
        </mxCell>
      </root>
    </mxGraphModel>
  </diagram>
</mxfile>
